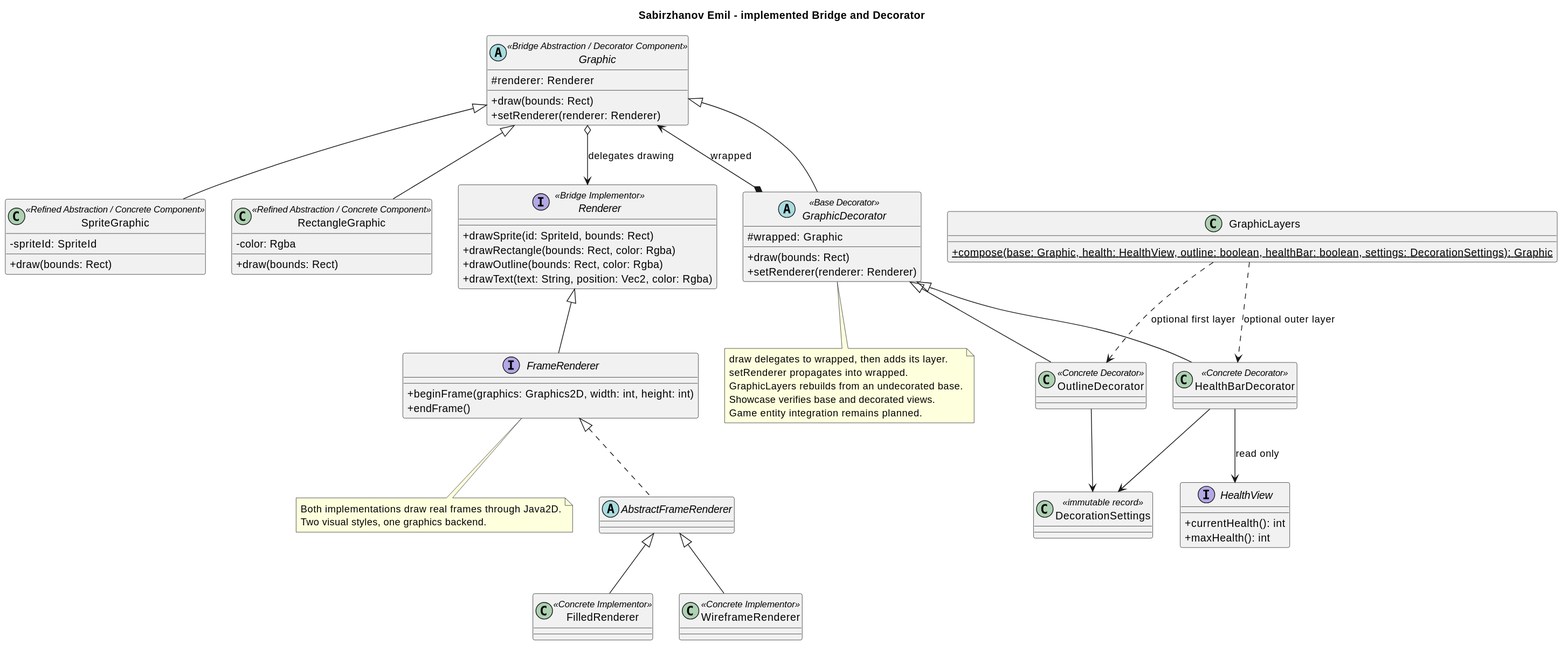
AlmazCode/JSE keeps this PlantUML diagram as docs/uml/rendered/rendering-patterns.svg. Above is the earlier version.
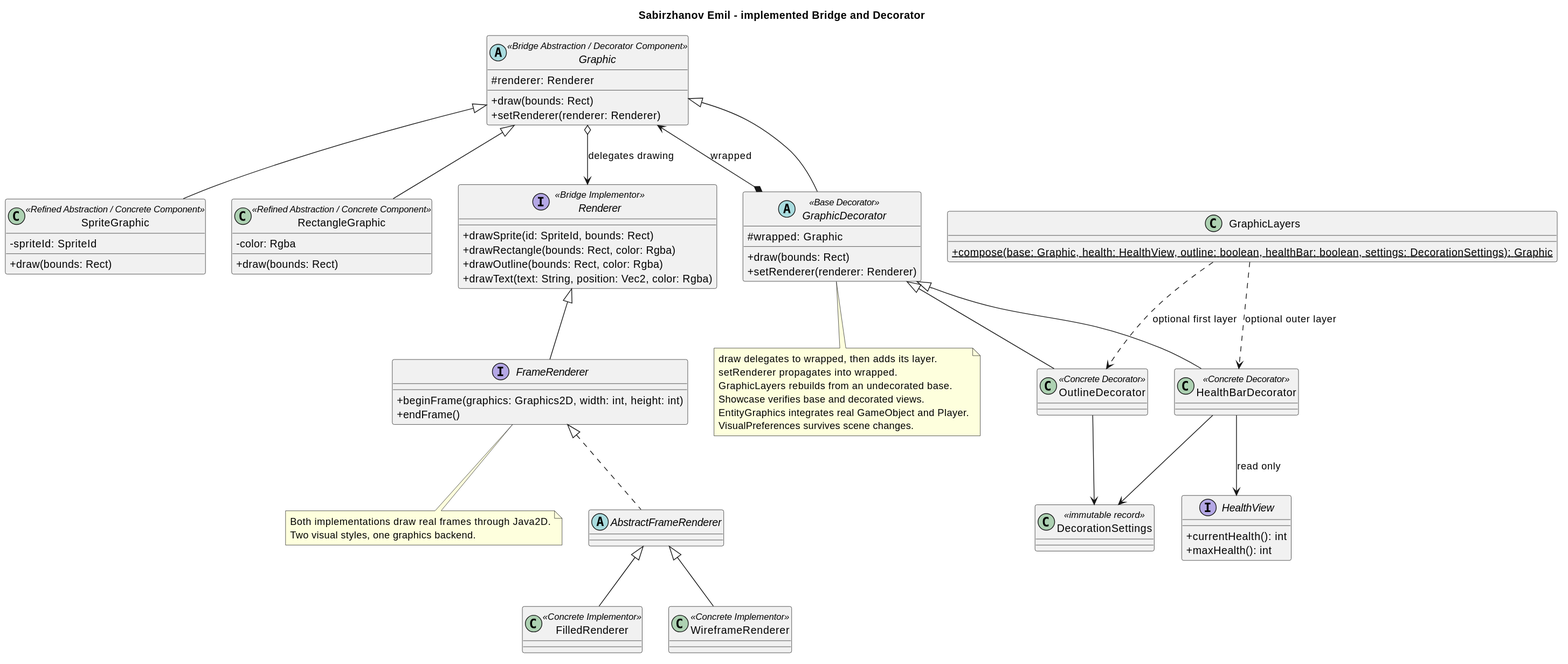
Above is the later version.

Diff of the diagram source:
```diff
@@ -63,7 +63,8 @@
 setRenderer propagates into wrapped.
 GraphicLayers rebuilds from an undecorated base.
 Showcase verifies base and decorated views.
-Game entity integration remains planned.
+EntityGraphics integrates real GameObject and Player.
+VisualPreferences survives scene changes.
 end note
 note bottom of FrameRenderer
 Both implementations draw real frames through Java2D.
```
